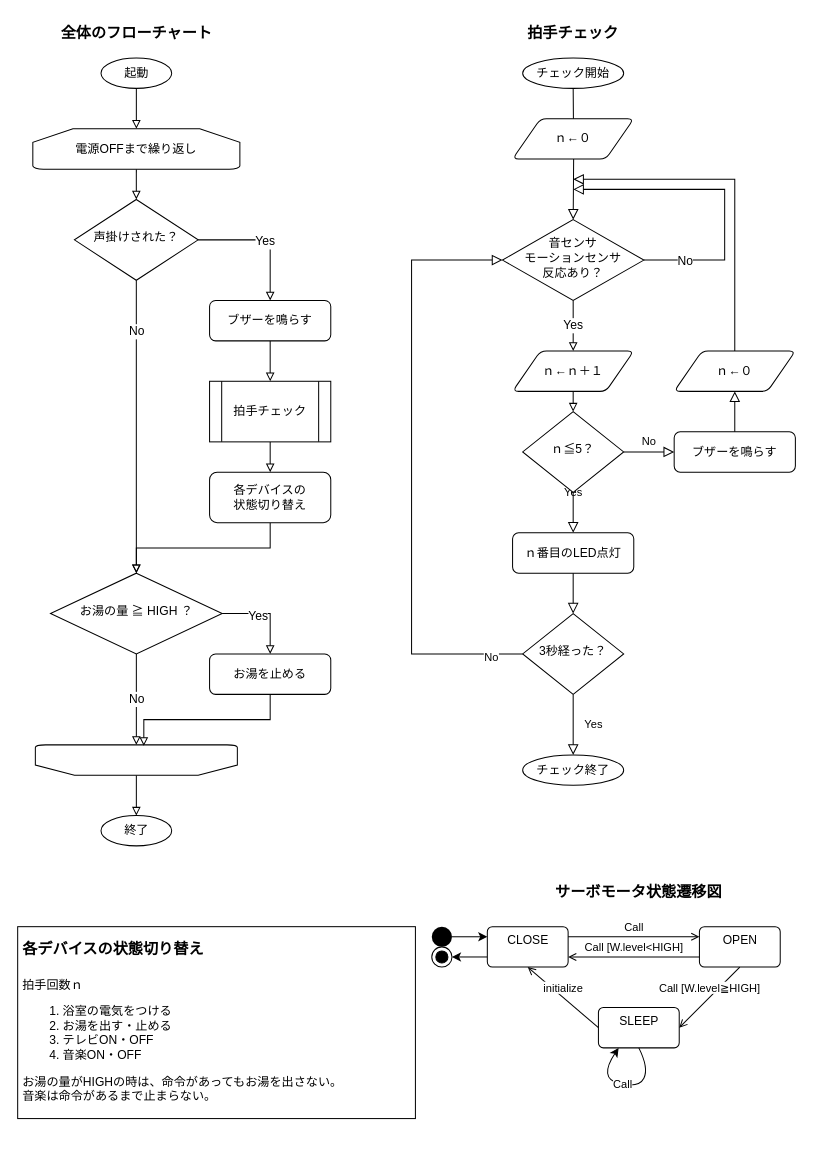
This is page "flow chart" (2 of 3) of SmartBath.drawio from AK-8420/documents_2021_Arduino_arch, a draw.io file, before an edit. Source tidied: cells renumbered, new cells numbered last; positions are measured from the earlier drawing's top-left corner, leaving out a move shared by most shapes. Both pictures are drawn from the tidied source at 101%, with x=0, y=0 at pixel (17, 17).
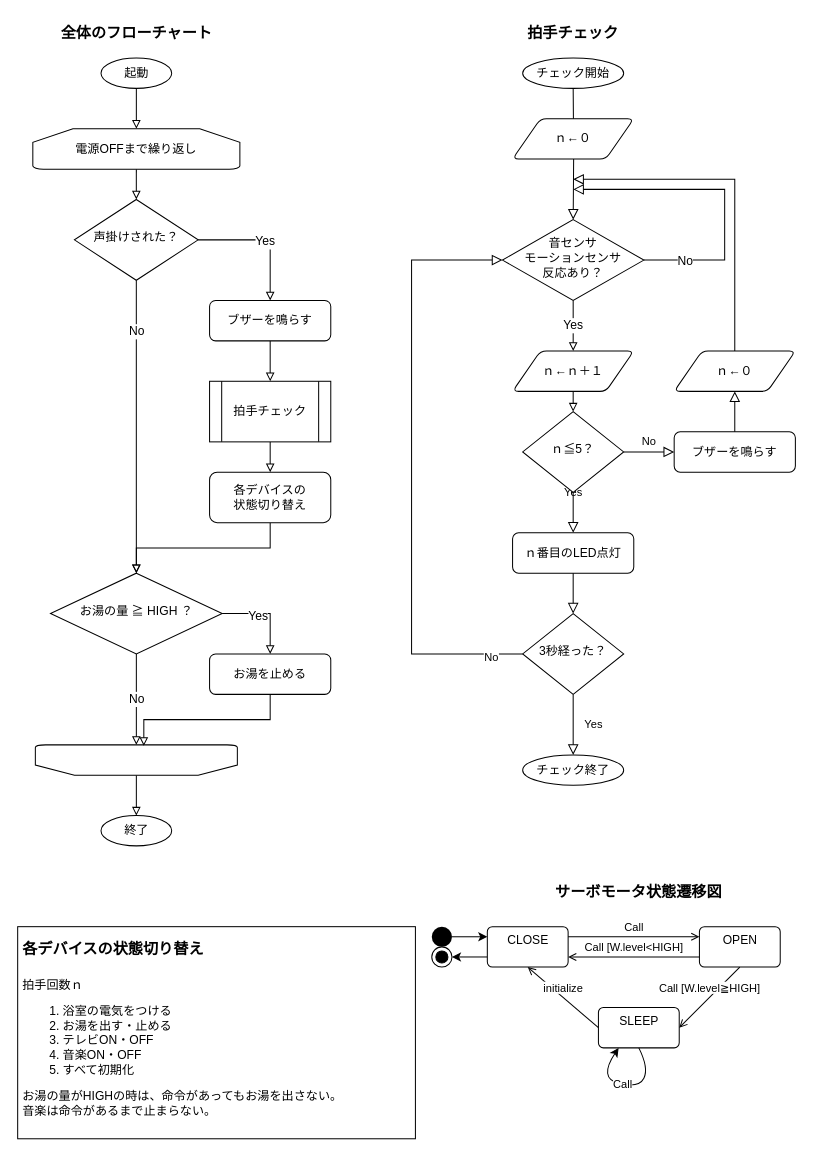
Above is the later version.

The edit, as a diff of the source:
```diff
@@
-    <mxCell id="50" value="&lt;h1&gt;&lt;font style=&quot;font-size: 15px&quot;&gt;各デバイスの状態切り替え&lt;/font&gt;&lt;/h1&gt;&lt;p&gt;拍手回数ｎ&lt;/p&gt;&lt;p&gt;&lt;/p&gt;&lt;ol&gt;&lt;li&gt;浴室の電気をつける&lt;/li&gt;&lt;li&gt;お湯を出す・止める&lt;/li&gt;&lt;li&gt;テレビON・OFF&lt;/li&gt;&lt;li&gt;音楽ON・OFF&lt;/li&gt;&lt;/ol&gt;&lt;div&gt;お湯の量がHIGHの時は、命令があってもお湯を出さない。&lt;/div&gt;&lt;div&gt;音楽は命令があるまで止まらない。&lt;/div&gt;&lt;p&gt;&lt;/p&gt;" style="text;html=1;spacing=5;spacingTop=-20;whiteSpace=wrap;overflow=hidden;rounded=0;labelBackgroundColor=none;fontSize=12;strokeColor=default;labelBorderColor=none;" parent="1" vertex="1">
-      <mxGeometry y="900" width="393.8" height="190" as="geometry" />
+    <mxCell id="50" value="&lt;h1&gt;&lt;font style=&quot;font-size: 15px&quot;&gt;各デバイスの状態切り替え&lt;/font&gt;&lt;/h1&gt;&lt;p&gt;拍手回数ｎ&lt;/p&gt;&lt;p&gt;&lt;/p&gt;&lt;ol&gt;&lt;li&gt;浴室の電気をつける&lt;/li&gt;&lt;li&gt;お湯を出す・止める&lt;/li&gt;&lt;li&gt;テレビON・OFF&lt;/li&gt;&lt;li&gt;音楽ON・OFF&lt;/li&gt;&lt;li&gt;すべて初期化&lt;/li&gt;&lt;/ol&gt;&lt;div&gt;お湯の量がHIGHの時は、命令があってもお湯を出さない。&lt;/div&gt;&lt;div&gt;音楽は命令があるまで止まらない。&lt;/div&gt;&lt;p&gt;&lt;/p&gt;" style="text;html=1;spacing=5;spacingTop=-20;whiteSpace=wrap;overflow=hidden;rounded=0;labelBackgroundColor=none;fontSize=12;strokeColor=default;labelBorderColor=none;" parent="1" vertex="1">
+      <mxGeometry y="900" width="393.8" height="210" as="geometry" />
     </mxCell>
```
